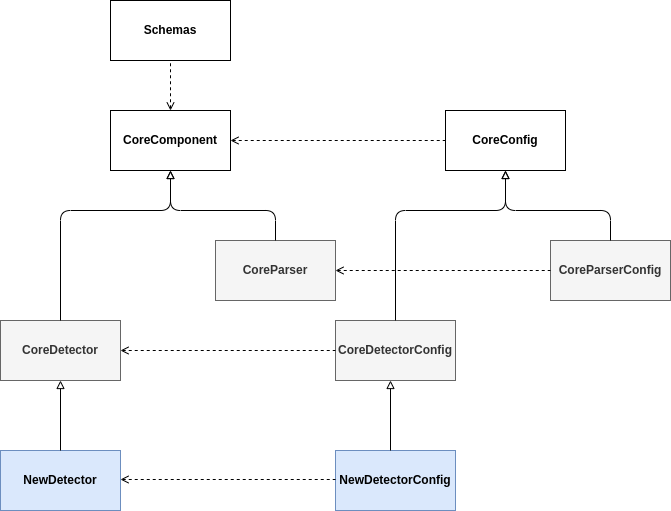
Above: docs/img/uml_structure.png in ait-detectmate/DetectMateLibrary (draw.io), before the change. Source tidied: cells renumbered, new cells last; positions are measured from the earlier drawing's top-left corner, leaving out a move shared by most shapes. Source of this version:
```xml
<mxGraphModel>
  <root>
    <mxCell id="0" />
    <mxCell id="1" parent="0" />
    <mxCell id="2" value="&lt;b&gt;CoreComponent&lt;/b&gt;" style="rounded=0;whiteSpace=wrap;html=1;" parent="1" vertex="1">
      <mxGeometry x="110" y="110" width="120" height="60" as="geometry" />
    </mxCell>
    <mxCell id="3" value="&lt;b&gt;CoreDetector&lt;/b&gt;" style="rounded=0;whiteSpace=wrap;html=1;fillColor=#f5f5f5;fontColor=#333333;strokeColor=#666666;" parent="1" vertex="1">
      <mxGeometry y="320" width="120" height="60" as="geometry" />
    </mxCell>
    <mxCell id="4" value="&lt;b&gt;CoreParser&lt;/b&gt;" style="rounded=0;whiteSpace=wrap;html=1;fillColor=#f5f5f5;fontColor=#333333;strokeColor=#666666;" parent="1" vertex="1">
      <mxGeometry x="215" y="240" width="120" height="60" as="geometry" />
    </mxCell>
    <mxCell id="5" style="endArrow=block;html=1;exitX=0.5;exitY=0;exitDx=0;exitDy=0;entryX=0.5;entryY=1;entryDx=0;entryDy=0;endFill=0;" parent="1" edge="1" source="3" target="2">
      <mxGeometry relative="1" as="geometry">
        <Array as="points">
          <mxPoint x="60" y="210" />
          <mxPoint x="170" y="210" />
        </Array>
      </mxGeometry>
    </mxCell>
    <mxCell id="6" style="endArrow=block;html=1;exitX=0.5;exitY=0;exitDx=0;exitDy=0;endFill=0;" parent="1" edge="1" source="4" target="2">
      <mxGeometry relative="1" as="geometry">
        <Array as="points">
          <mxPoint x="275" y="210" />
          <mxPoint x="170" y="210" />
        </Array>
      </mxGeometry>
    </mxCell>
    <mxCell id="7" value="&lt;b&gt;Schemas&lt;/b&gt;" style="rounded=0;whiteSpace=wrap;html=1;" parent="1" vertex="1">
      <mxGeometry x="110" width="120" height="60" as="geometry" />
    </mxCell>
    <mxCell id="8" style="endArrow=none;html=1;exitX=0.5;exitY=0;exitDx=0;exitDy=0;entryX=0.5;entryY=1;entryDx=0;entryDy=0;endFill=0;startArrow=open;startFill=0;dashed=1;" parent="1" edge="1" source="2" target="7">
      <mxGeometry relative="1" as="geometry" />
    </mxCell>
    <mxCell id="9" value="&lt;b&gt;CoreConfig&lt;/b&gt;" style="rounded=0;whiteSpace=wrap;html=1;" parent="1" vertex="1">
      <mxGeometry x="445" y="110" width="120" height="60" as="geometry" />
    </mxCell>
    <mxCell id="10" value="&lt;b&gt;CoreDetectorConfig&lt;/b&gt;" style="rounded=0;whiteSpace=wrap;html=1;fillColor=#f5f5f5;fontColor=#333333;strokeColor=#666666;" parent="1" vertex="1">
      <mxGeometry x="335" y="320" width="120" height="60" as="geometry" />
    </mxCell>
    <mxCell id="11" value="&lt;b&gt;CoreParserConfig&lt;/b&gt;" style="rounded=0;whiteSpace=wrap;html=1;fillColor=#f5f5f5;fontColor=#333333;strokeColor=#666666;" parent="1" vertex="1">
      <mxGeometry x="550" y="240" width="120" height="60" as="geometry" />
    </mxCell>
    <mxCell id="12" style="endArrow=block;html=1;exitX=0.5;exitY=0;exitDx=0;exitDy=0;entryX=0.5;entryY=1;entryDx=0;entryDy=0;endFill=0;" parent="1" edge="1" source="10" target="9">
      <mxGeometry relative="1" as="geometry">
        <Array as="points">
          <mxPoint x="395" y="210" />
          <mxPoint x="505" y="210" />
        </Array>
      </mxGeometry>
    </mxCell>
    <mxCell id="13" style="endArrow=block;html=1;exitX=0.5;exitY=0;exitDx=0;exitDy=0;endFill=0;" parent="1" edge="1" source="11" target="9">
      <mxGeometry relative="1" as="geometry">
        <Array as="points">
          <mxPoint x="610" y="210" />
          <mxPoint x="505" y="210" />
        </Array>
      </mxGeometry>
    </mxCell>
    <mxCell id="14" style="endArrow=none;html=1;entryX=0;entryY=0.5;entryDx=0;entryDy=0;endFill=0;startArrow=open;startFill=0;dashed=1;" parent="1" edge="1" source="2" target="9">
      <mxGeometry relative="1" as="geometry" />
    </mxCell>
    <mxCell id="15" style="endArrow=none;html=1;entryX=0;entryY=0.5;entryDx=0;entryDy=0;endFill=0;startArrow=open;startFill=0;dashed=1;exitX=1;exitY=0.5;exitDx=0;exitDy=0;" parent="1" edge="1" source="4" target="11">
      <mxGeometry relative="1" as="geometry" />
    </mxCell>
    <mxCell id="16" style="endArrow=none;html=1;entryX=0;entryY=0.5;entryDx=0;entryDy=0;endFill=0;startArrow=open;startFill=0;dashed=1;exitX=1;exitY=0.5;exitDx=0;exitDy=0;" parent="1" edge="1" source="3" target="10">
      <mxGeometry relative="1" as="geometry" />
    </mxCell>
    <mxCell id="17" value="&lt;b&gt;NewDetector&lt;/b&gt;" style="rounded=0;whiteSpace=wrap;html=1;fillColor=#dae8fc;strokeColor=#6c8ebf;" parent="1" vertex="1">
      <mxGeometry y="450" width="120" height="60" as="geometry" />
    </mxCell>
    <mxCell id="18" value="&lt;b&gt;NewDetectorConfig&lt;/b&gt;" style="rounded=0;whiteSpace=wrap;html=1;fillColor=#dae8fc;strokeColor=#6c8ebf;" parent="1" vertex="1">
      <mxGeometry x="335" y="450" width="120" height="60" as="geometry" />
    </mxCell>
    <mxCell id="19" style="endArrow=none;html=1;entryX=0;entryY=0.5;entryDx=0;entryDy=0;endFill=0;startArrow=open;startFill=0;dashed=1;exitX=1;exitY=0.5;exitDx=0;exitDy=0;" parent="1" edge="1">
      <mxGeometry relative="1" as="geometry">
        <mxPoint x="120" y="479" as="sourcePoint" />
        <mxPoint x="335" y="479" as="targetPoint" />
      </mxGeometry>
    </mxCell>
    <mxCell id="20" style="endArrow=block;html=1;exitX=0.5;exitY=0;exitDx=0;exitDy=0;entryX=0.5;entryY=1;entryDx=0;entryDy=0;endFill=0;" parent="1" edge="1" source="17" target="3">
      <mxGeometry relative="1" as="geometry" />
    </mxCell>
    <mxCell id="21" style="endArrow=block;html=1;exitX=0.5;exitY=0;exitDx=0;exitDy=0;entryX=0.5;entryY=1;entryDx=0;entryDy=0;endFill=0;" parent="1" edge="1">
      <mxGeometry relative="1" as="geometry">
        <mxPoint x="390" y="450" as="sourcePoint" />
        <mxPoint x="390" y="380" as="targetPoint" />
      </mxGeometry>
    </mxCell>
  </root>
</mxGraphModel>
```
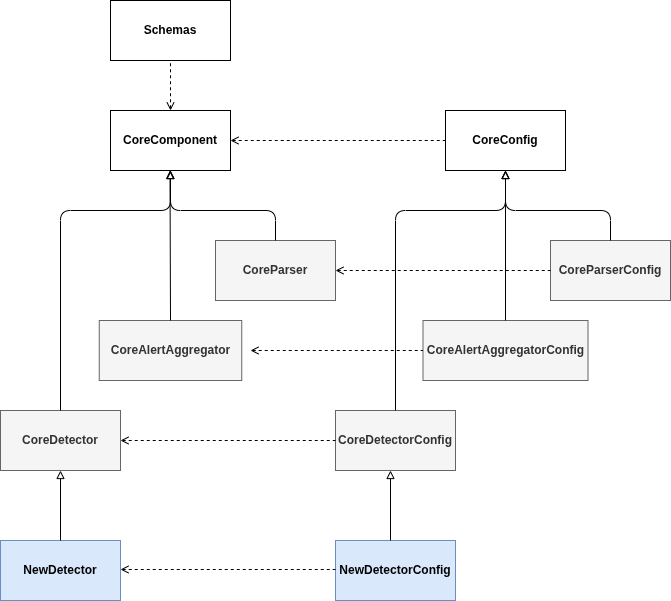
The same diagram one commit later.

The edit, as a diff of the source:
```diff
@@ -6,7 +6,7 @@
       <mxGeometry x="110" y="110" width="120" height="60" as="geometry" />
     </mxCell>
     <mxCell id="3" value="&lt;b&gt;CoreDetector&lt;/b&gt;" style="rounded=0;whiteSpace=wrap;html=1;fillColor=#f5f5f5;fontColor=#333333;strokeColor=#666666;" parent="1" vertex="1">
-      <mxGeometry y="320" width="120" height="60" as="geometry" />
+      <mxGeometry y="410" width="120" height="60" as="geometry" />
     </mxCell>
     <mxCell id="4" value="&lt;b&gt;CoreParser&lt;/b&gt;" style="rounded=0;whiteSpace=wrap;html=1;fillColor=#f5f5f5;fontColor=#333333;strokeColor=#666666;" parent="1" vertex="1">
       <mxGeometry x="215" y="240" width="120" height="60" as="geometry" />
@@ -37,7 +37,7 @@
       <mxGeometry x="445" y="110" width="120" height="60" as="geometry" />
     </mxCell>
     <mxCell id="10" value="&lt;b&gt;CoreDetectorConfig&lt;/b&gt;" style="rounded=0;whiteSpace=wrap;html=1;fillColor=#f5f5f5;fontColor=#333333;strokeColor=#666666;" parent="1" vertex="1">
-      <mxGeometry x="335" y="320" width="120" height="60" as="geometry" />
+      <mxGeometry x="335" y="410" width="120" height="60" as="geometry" />
     </mxCell>
     <mxCell id="11" value="&lt;b&gt;CoreParserConfig&lt;/b&gt;" style="rounded=0;whiteSpace=wrap;html=1;fillColor=#f5f5f5;fontColor=#333333;strokeColor=#666666;" parent="1" vertex="1">
       <mxGeometry x="550" y="240" width="120" height="60" as="geometry" />
@@ -68,15 +68,15 @@
       <mxGeometry relative="1" as="geometry" />
     </mxCell>
     <mxCell id="17" value="&lt;b&gt;NewDetector&lt;/b&gt;" style="rounded=0;whiteSpace=wrap;html=1;fillColor=#dae8fc;strokeColor=#6c8ebf;" parent="1" vertex="1">
-      <mxGeometry y="450" width="120" height="60" as="geometry" />
+      <mxGeometry y="540" width="120" height="60" as="geometry" />
     </mxCell>
     <mxCell id="18" value="&lt;b&gt;NewDetectorConfig&lt;/b&gt;" style="rounded=0;whiteSpace=wrap;html=1;fillColor=#dae8fc;strokeColor=#6c8ebf;" parent="1" vertex="1">
-      <mxGeometry x="335" y="450" width="120" height="60" as="geometry" />
+      <mxGeometry x="335" y="540" width="120" height="60" as="geometry" />
     </mxCell>
     <mxCell id="19" style="endArrow=none;html=1;entryX=0;entryY=0.5;entryDx=0;entryDy=0;endFill=0;startArrow=open;startFill=0;dashed=1;exitX=1;exitY=0.5;exitDx=0;exitDy=0;" parent="1" edge="1">
       <mxGeometry relative="1" as="geometry">
-        <mxPoint x="120" y="479" as="sourcePoint" />
-        <mxPoint x="335" y="479" as="targetPoint" />
+        <mxPoint x="120" y="569" as="sourcePoint" />
+        <mxPoint x="335" y="569" as="targetPoint" />
       </mxGeometry>
     </mxCell>
     <mxCell id="20" style="endArrow=block;html=1;exitX=0.5;exitY=0;exitDx=0;exitDy=0;entryX=0.5;entryY=1;entryDx=0;entryDy=0;endFill=0;" parent="1" edge="1" source="17" target="3">
@@ -84,9 +84,29 @@
     </mxCell>
     <mxCell id="21" style="endArrow=block;html=1;exitX=0.5;exitY=0;exitDx=0;exitDy=0;entryX=0.5;entryY=1;entryDx=0;entryDy=0;endFill=0;" parent="1" edge="1">
       <mxGeometry relative="1" as="geometry">
-        <mxPoint x="390" y="450" as="sourcePoint" />
-        <mxPoint x="390" y="380" as="targetPoint" />
+        <mxPoint x="390" y="540" as="sourcePoint" />
+        <mxPoint x="390" y="470" as="targetPoint" />
       </mxGeometry>
     </mxCell>
+    <mxCell id="22" value="&lt;b&gt;CoreAlertAggregatorConfig&lt;/b&gt;" style="rounded=0;whiteSpace=wrap;html=1;fillColor=#f5f5f5;fontColor=#333333;strokeColor=#666666;" parent="1" vertex="1">
+      <mxGeometry x="422.5" y="320" width="165" height="60" as="geometry" />
+    </mxCell>
+    <mxCell id="23" value="&lt;b&gt;CoreAlertAggregator&lt;/b&gt;" style="rounded=0;whiteSpace=wrap;html=1;fillColor=#f5f5f5;fontColor=#333333;strokeColor=#666666;" parent="1" vertex="1">
+      <mxGeometry x="98.8" y="320" width="142.5" height="60" as="geometry" />
+    </mxCell>
+    <mxCell id="24" style="endArrow=none;html=1;entryX=0;entryY=0.5;entryDx=0;entryDy=0;endFill=0;startArrow=open;startFill=0;dashed=1;" parent="1" edge="1">
+      <mxGeometry relative="1" as="geometry">
+        <mxPoint x="250" y="350" as="sourcePoint" />
+        <mxPoint x="422.5" y="350" as="targetPoint" />
+      </mxGeometry>
+    </mxCell>
+    <mxCell id="25" style="endArrow=block;html=1;exitX=0.5;exitY=0;exitDx=0;exitDy=0;entryX=0.5;entryY=1;entryDx=0;entryDy=0;endFill=0;" parent="1" edge="1" source="23">
+      <mxGeometry relative="1" as="geometry">
+        <mxPoint x="169.5" y="170" as="targetPoint" />
+      </mxGeometry>
+    </mxCell>
+    <mxCell id="26" style="endArrow=block;html=1;exitX=0.5;exitY=0;exitDx=0;exitDy=0;endFill=0;entryX=0.5;entryY=1;entryDx=0;entryDy=0;" parent="1" edge="1" source="22" target="9">
+      <mxGeometry relative="1" as="geometry" />
+    </mxCell>
   </root>
 </mxGraphModel>
```
